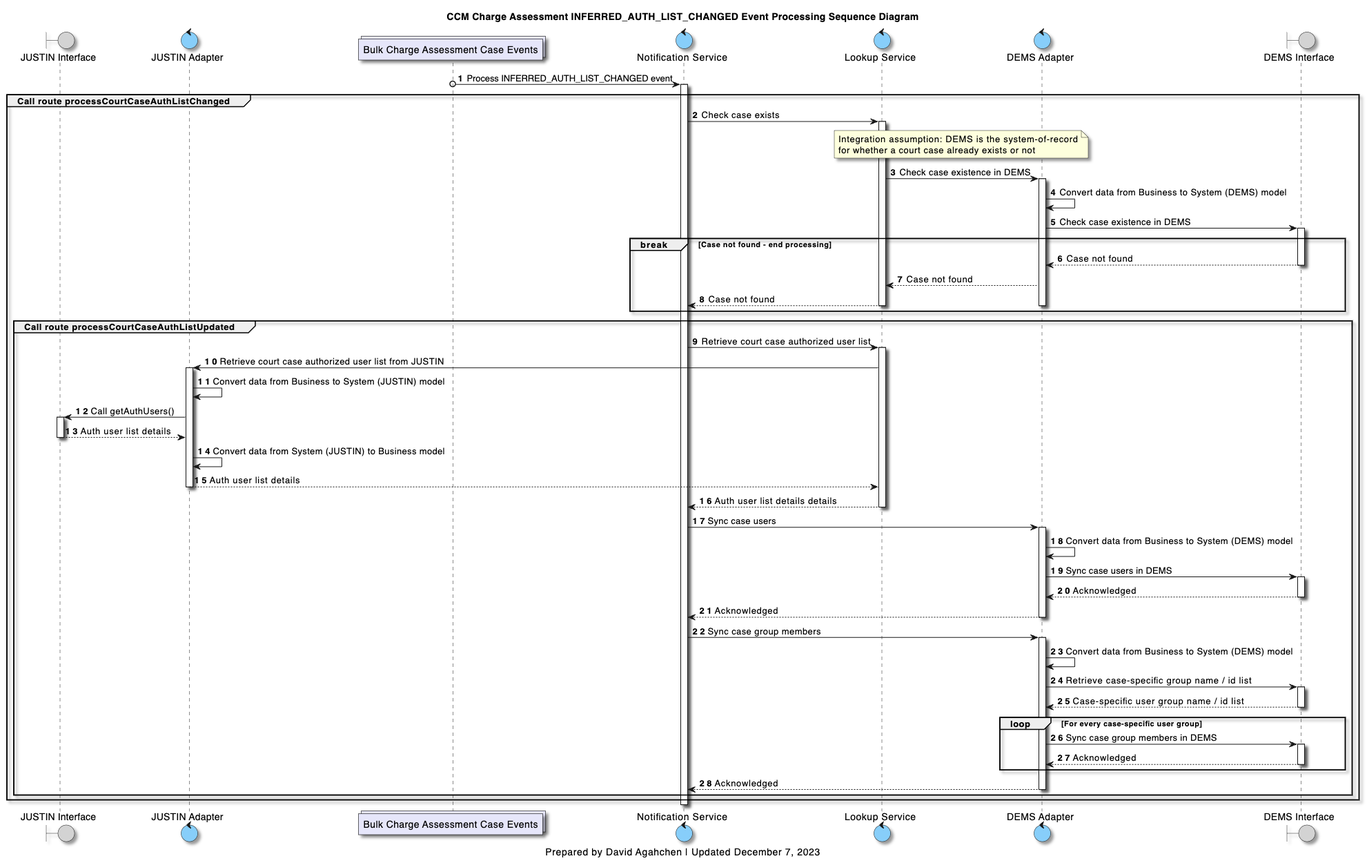
Earlier version of the PlantUML export diagrams/img/ccm_charge_assessment_case_inferred_auth_list_changed_processing_sequence_diagram.png (bcgov/jpss-jade-ccm). Its source is kept beside it as diagrams/ccm_charge_assessment_case_inferred_auth_list_changed_processing_sequence_diagram.plantuml. The source it was exported from:
```plantuml
@startuml

skinparam Shadowing true
skinparam CollectionsBackgroundColor Lavender
skinparam ControlBackgroundColor LightSkyBlue
skinparam BoundaryBackgroundColor LightGrey


boundary j_interface as "JUSTIN Interface"
control j_adapter as "JUSTIN Adapter"
collections inferred_charge_assessment_cases_topic as "Bulk Charge Assessment Case Events"
control notification_service as "Notification Service"
control lookup_service as "Lookup Service"
control d_adapter as "DEMS Adapter"
boundary d_interface as "DEMS Interface"

title
CCM Charge Assessment INFERRED_AUTH_LIST_CHANGED Event Processing Sequence Diagram
end title

autonumber

inferred_charge_assessment_cases_topic o-> notification_service : Process INFERRED_AUTH_LIST_CHANGED event
activate notification_service

group Call route processCourtCaseAuthListChanged

    notification_service -> lookup_service: Check case exists
    activate lookup_service
    note over lookup_service, d_adapter
    Integration assumption: DEMS is the system-of-record
    for whether a court case already exists or not
    end note
    lookup_service -> d_adapter: Check case existence in DEMS
    activate d_adapter
    d_adapter -> d_adapter: Convert data from Business to System (DEMS) model
    d_adapter -> d_interface: Check case existence in DEMS
    activate d_interface

    break Case not found - end processing
    d_interface --> d_adapter: Case not found
    deactivate d_interface
    d_adapter --> lookup_service: Case not found
    lookup_service --> notification_service: Case not found
    deactivate lookup_service
    deactivate d_adapter
    end break

    group Call route processCourtCaseAuthListUpdated

        notification_service -> lookup_service: Retrieve court case authorized user list
        activate lookup_service
        lookup_service -> j_adapter: Retrieve court case authorized user list from JUSTIN

        activate j_adapter
        j_adapter -> j_adapter: Convert data from Business to System (JUSTIN) model
        j_adapter -> j_interface: Call getAuthUsers()
        activate j_interface
        j_interface --> j_adapter: Auth user list details
        deactivate j_interface
        j_adapter -> j_adapter: Convert data from System (JUSTIN) to Business model
        j_adapter --> lookup_service: Auth user list details
        deactivate j_adapter

        lookup_service --> notification_service: Auth user list details details
        deactivate lookup_service

        notification_service -> d_adapter: Sync case users
        activate d_adapter
        d_adapter -> d_adapter: Convert data from Business to System (DEMS) model
        d_adapter -> d_interface: Sync case users in DEMS
        activate d_interface
        d_interface --> d_adapter: Acknowledged
        deactivate d_interface
        d_adapter --> notification_service: Acknowledged
        deactivate d_adapter

        notification_service -> d_adapter: Sync case group members
        activate d_adapter
        d_adapter -> d_adapter: Convert data from Business to System (DEMS) model
        d_adapter -> d_interface: Retrieve case-specific group name / id list
        activate d_interface
        d_interface --> d_adapter: Case-specific user group name / id list
        deactivate d_interface
        loop For every case-specific user group
            d_adapter -> d_interface: Sync case group members in DEMS
            activate d_interface
            d_interface --> d_adapter: Acknowledged
            deactivate d_interface
        end
        d_adapter --> notification_service: Acknowledged
        deactivate d_adapter
    end group
end group

deactivate notification_service

caption
Prepared by David Agahchen | Updated December 7, 2023
end caption
@enduml
```
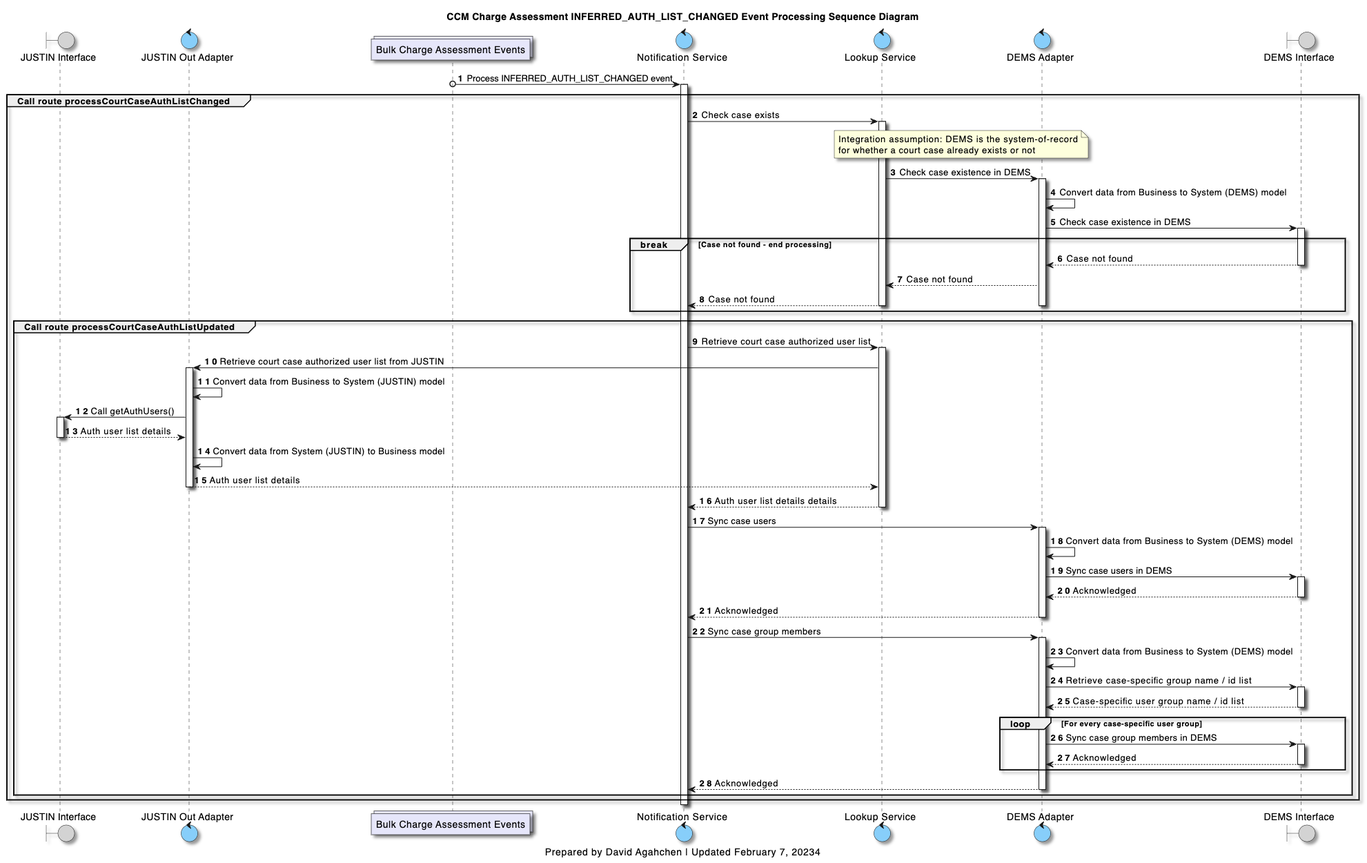
The same diagram one commit later.

Diff of the diagram source:
```diff
@@ -7,8 +7,8 @@
 
 
 boundary j_interface as "JUSTIN Interface"
-control j_adapter as "JUSTIN Adapter"
-collections inferred_charge_assessment_cases_topic as "Bulk Charge Assessment Case Events"
+control j_adapter as "JUSTIN Out Adapter"
+collections inferred_charge_assessments_topic as "Bulk Charge Assessment Events"
 control notification_service as "Notification Service"
 control lookup_service as "Lookup Service"
 control d_adapter as "DEMS Adapter"
@@ -20,7 +20,7 @@
 
 autonumber
 
-inferred_charge_assessment_cases_topic o-> notification_service : Process INFERRED_AUTH_LIST_CHANGED event
+inferred_charge_assessments_topic o-> notification_service : Process INFERRED_AUTH_LIST_CHANGED event
 activate notification_service
 
 group Call route processCourtCaseAuthListChanged
@@ -96,6 +96,6 @@
 deactivate notification_service
 
 caption
-Prepared by David Agahchen | Updated December 7, 2023
+Prepared by David Agahchen | Updated February 7, 20234
 end caption
 @enduml
```
